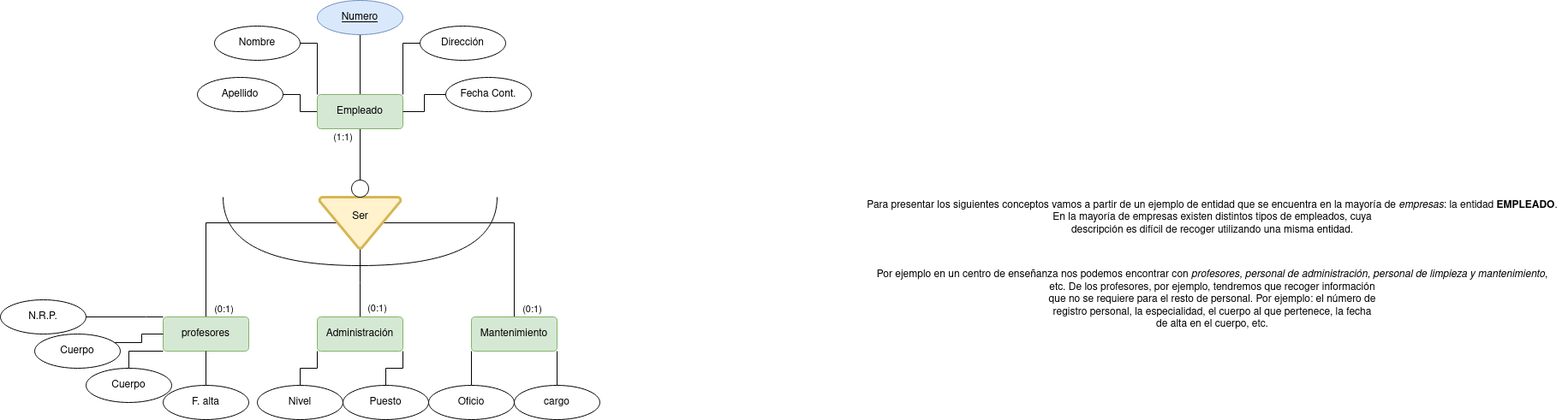
This is tareas base de datos/Actividades_Esquemas/Actividades_Esquemas/ejercicio_7.drawio.png from Angel-L-G/Base-Datos, a draw.io export, as it was before one commit. Source tidied: cells renumbered, new cells last; positions are measured from the earlier drawing's top-left corner, leaving out a move shared by most shapes.
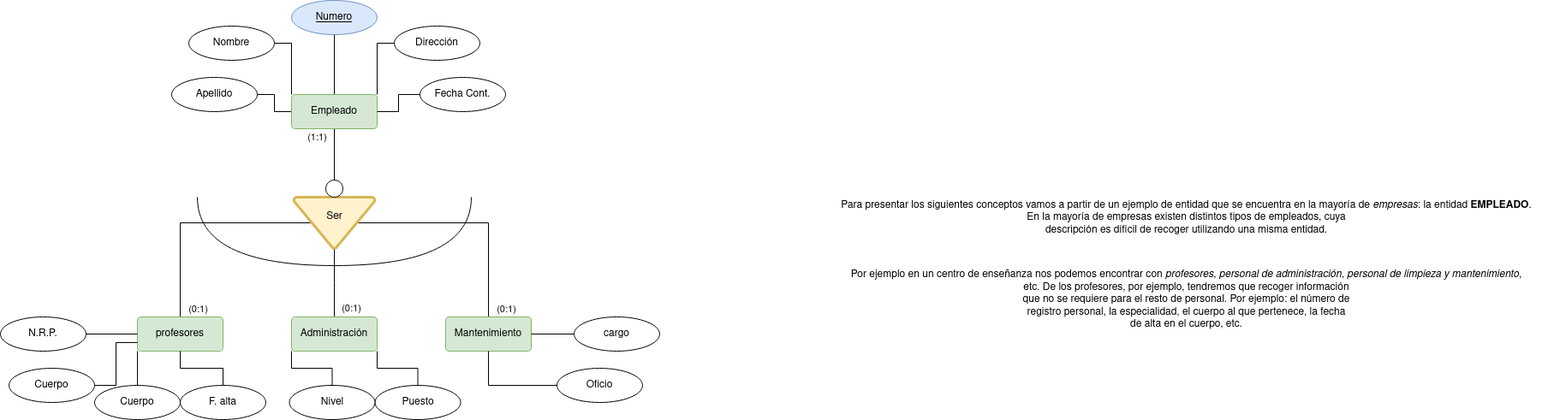
Above is the later version.

Diff of the diagram source:
```diff
@@ -94,63 +94,53 @@
     <mxCell id="26" value="Dirección" style="ellipse;whiteSpace=wrap;html=1;align=center;strokeWidth=1;" parent="1" vertex="1">
       <mxGeometry x="490" y="30" width="100" height="40" as="geometry" />
     </mxCell>
-    <mxCell id="27" style="edgeStyle=orthogonalEdgeStyle;rounded=0;jettySize=auto;html=1;entryX=1;entryY=1;entryDx=0;entryDy=0;endArrow=none;endFill=0;" parent="1" edge="1" source="28" target="5">
+    <mxCell id="27" style="edgeStyle=orthogonalEdgeStyle;rounded=0;jettySize=auto;html=1;endArrow=none;endFill=0;" parent="1" edge="1" source="28" target="5">
       <mxGeometry relative="1" as="geometry" />
     </mxCell>
     <mxCell id="28" value="cargo" style="ellipse;whiteSpace=wrap;html=1;align=center;strokeWidth=1;" parent="1" vertex="1">
-      <mxGeometry x="600" y="450" width="100" height="40" as="geometry" />
+      <mxGeometry x="700" y="370" width="100" height="40" as="geometry" />
     </mxCell>
-    <mxCell id="29" style="edgeStyle=orthogonalEdgeStyle;rounded=0;jettySize=auto;html=1;entryX=0;entryY=1;entryDx=0;entryDy=0;endArrow=none;endFill=0;" parent="1" edge="1" source="30" target="5">
+    <mxCell id="29" style="edgeStyle=orthogonalEdgeStyle;rounded=0;jettySize=auto;html=1;endArrow=none;endFill=0;" parent="1" edge="1" source="30" target="5">
       <mxGeometry relative="1" as="geometry" />
     </mxCell>
     <mxCell id="30" value="Oficio" style="ellipse;whiteSpace=wrap;html=1;align=center;strokeWidth=1;" parent="1" vertex="1">
-      <mxGeometry x="500" y="450" width="100" height="40" as="geometry" />
+      <mxGeometry x="680" y="430" width="100" height="40" as="geometry" />
     </mxCell>
     <mxCell id="31" style="edgeStyle=orthogonalEdgeStyle;rounded=0;jettySize=auto;html=1;entryX=1;entryY=1;entryDx=0;entryDy=0;endArrow=none;endFill=0;" parent="1" edge="1" source="32" target="11">
       <mxGeometry relative="1" as="geometry" />
     </mxCell>
     <mxCell id="32" value="Puesto" style="ellipse;whiteSpace=wrap;html=1;align=center;strokeWidth=1;" parent="1" vertex="1">
-      <mxGeometry x="400" y="450" width="100" height="40" as="geometry" />
+      <mxGeometry x="467.5" y="450" width="100" height="40" as="geometry" />
     </mxCell>
     <mxCell id="33" style="edgeStyle=orthogonalEdgeStyle;rounded=0;jettySize=auto;html=1;entryX=0;entryY=1;entryDx=0;entryDy=0;endArrow=none;endFill=0;" parent="1" edge="1" source="34" target="11">
       <mxGeometry relative="1" as="geometry" />
     </mxCell>
     <mxCell id="34" value="Nivel " style="ellipse;whiteSpace=wrap;html=1;align=center;strokeWidth=1;" parent="1" vertex="1">
-      <mxGeometry x="300" y="450" width="100" height="40" as="geometry" />
+      <mxGeometry x="367.5" y="450" width="100" height="40" as="geometry" />
     </mxCell>
     <mxCell id="35" style="edgeStyle=orthogonalEdgeStyle;rounded=0;jettySize=auto;html=1;entryX=0;entryY=1;entryDx=0;entryDy=0;endArrow=none;endFill=0;" parent="1" edge="1" source="36" target="14">
       <mxGeometry relative="1" as="geometry" />
     </mxCell>
     <mxCell id="36" value="Cuerpo" style="ellipse;whiteSpace=wrap;html=1;align=center;strokeWidth=1;" parent="1" vertex="1">
-      <mxGeometry x="100" y="430" width="100" height="40" as="geometry" />
+      <mxGeometry x="140" y="450" width="100" height="40" as="geometry" />
     </mxCell>
     <mxCell id="37" style="edgeStyle=orthogonalEdgeStyle;rounded=0;jettySize=auto;html=1;entryX=0.5;entryY=1;entryDx=0;entryDy=0;endArrow=none;endFill=0;" parent="1" edge="1" source="38" target="14">
       <mxGeometry relative="1" as="geometry" />
     </mxCell>
     <mxCell id="38" value="F. alta" style="ellipse;whiteSpace=wrap;html=1;align=center;strokeWidth=1;" parent="1" vertex="1">
-      <mxGeometry x="190" y="450" width="100" height="40" as="geometry" />
+      <mxGeometry x="240" y="450" width="100" height="40" as="geometry" />
     </mxCell>
-    <mxCell id="39" style="edgeStyle=orthogonalEdgeStyle;rounded=0;jettySize=auto;html=1;entryX=0;entryY=0.5;entryDx=0;entryDy=0;endArrow=none;endFill=0;" parent="1" edge="1" source="40" target="14">
-      <mxGeometry relative="1" as="geometry">
-        <Array as="points">
-          <mxPoint x="165" y="400" />
-          <mxPoint x="165" y="390" />
-        </Array>
-      </mxGeometry>
+    <mxCell id="39" style="edgeStyle=orthogonalEdgeStyle;rounded=0;jettySize=auto;html=1;entryX=0;entryY=0.75;entryDx=0;entryDy=0;endArrow=none;endFill=0;" parent="1" edge="1" source="40" target="14">
+      <mxGeometry relative="1" as="geometry" />
     </mxCell>
     <mxCell id="40" value="Cuerpo" style="ellipse;whiteSpace=wrap;html=1;align=center;strokeWidth=1;" parent="1" vertex="1">
-      <mxGeometry x="40" y="390" width="100" height="40" as="geometry" />
+      <mxGeometry x="40" y="430" width="100" height="40" as="geometry" />
     </mxCell>
-    <mxCell id="41" style="edgeStyle=orthogonalEdgeStyle;rounded=0;jettySize=auto;html=1;entryX=0;entryY=0;entryDx=0;entryDy=0;endArrow=none;endFill=0;" parent="1" edge="1" source="42" target="14">
-      <mxGeometry relative="1" as="geometry">
-        <Array as="points">
-          <mxPoint x="170" y="370" />
-          <mxPoint x="170" y="370" />
-        </Array>
-      </mxGeometry>
+    <mxCell id="41" style="edgeStyle=orthogonalEdgeStyle;rounded=0;jettySize=auto;html=1;entryX=0;entryY=0.5;entryDx=0;entryDy=0;endArrow=none;endFill=0;" parent="1" edge="1" source="42" target="14">
+      <mxGeometry relative="1" as="geometry" />
     </mxCell>
     <mxCell id="42" value="N.R.P." style="ellipse;whiteSpace=wrap;html=1;align=center;strokeWidth=1;" parent="1" vertex="1">
-      <mxGeometry y="350" width="100" height="40" as="geometry" />
+      <mxGeometry x="30" y="370" width="100" height="40" as="geometry" />
     </mxCell>
   </root>
 </mxGraphModel>
```
